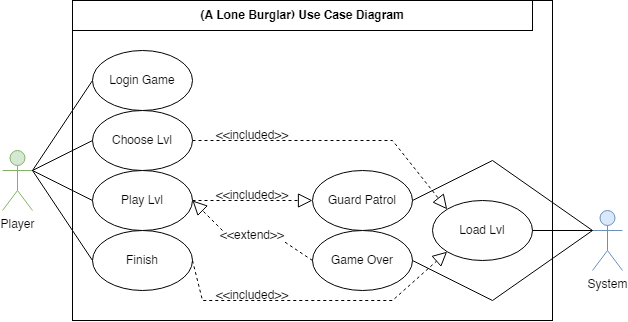
johannfac/A-Lone-Burglar keeps this draw.io diagram as use case diagram.png. Above is the earlier version. Source tidied: cells renumbered, new cells last; positions are measured from the earlier drawing's top-left corner, leaving out a move shared by most shapes.
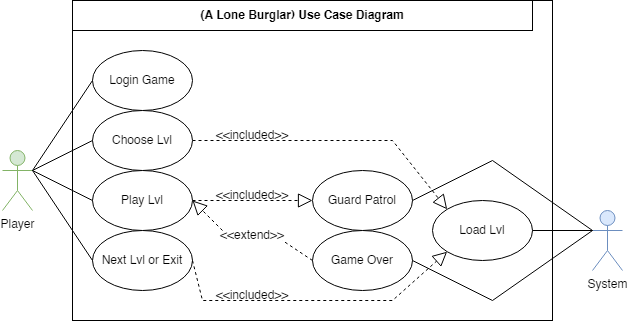
The same diagram one commit later.

The edit, as a diff of the source:
```diff
@@ -72,7 +72,7 @@
     <mxCell id="20" style="endArrow=none;dashed=1;endFill=0;endSize=12;html=1;rounded=0;exitX=0;exitY=0.5;exitDx=0;exitDy=0;startArrow=none;entryX=1;entryY=1;entryDx=0;entryDy=0;" parent="1" edge="1" source="13" target="19">
       <mxGeometry relative="1" as="geometry" />
     </mxCell>
-    <mxCell id="21" value="Finish" style="ellipse;whiteSpace=wrap;html=1;" parent="1" vertex="1">
+    <mxCell id="21" value="Next Lvl or Exit" style="ellipse;whiteSpace=wrap;html=1;" parent="1" vertex="1">
       <mxGeometry x="90" y="230" width="100" height="60" as="geometry" />
     </mxCell>
     <mxCell id="22" style="endArrow=none;endFill=0;endSize=12;html=1;rounded=0;exitX=0;exitY=0.3333333333333333;exitDx=0;exitDy=0;startArrow=none;exitPerimeter=0;entryX=1;entryY=0.5;entryDx=0;entryDy=0;" parent="1" edge="1" source="4" target="13">
```
